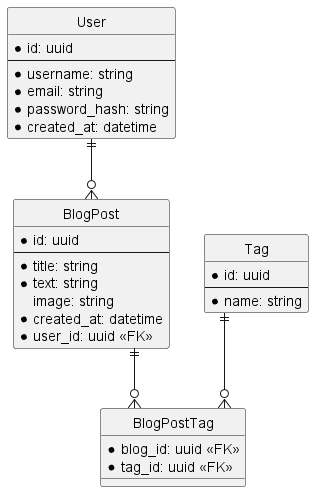
Above: docs/erd.png in Tomas00217/TriFrameBlog (PlantUML), before the change.
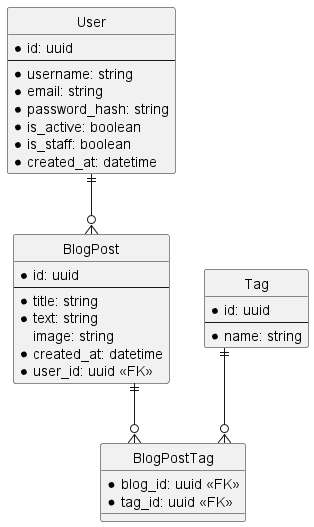
After the change.

Change to the diagram source:
```diff
@@ -9,6 +9,8 @@
     * username: string
     * email: string
     * password_hash: string
+    * is_active: boolean
+    * is_staff: boolean
     * created_at: datetime
 }
 
```
